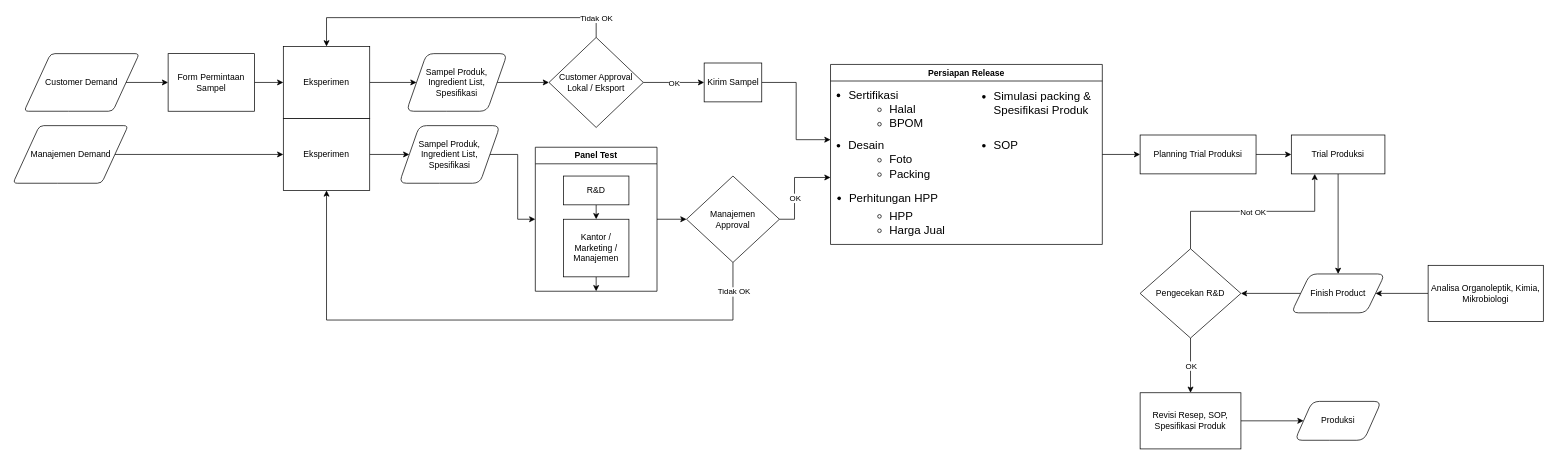
hafizh911/drawio keeps this draw.io diagram as Proses R&D.drawio. Above is the earlier version. Source tidied: cells renumbered, new cells numbered last; positions are measured from the earlier drawing's top-left corner, leaving out a move shared by most shapes. Both pictures are drawn from the tidied source at 72%, with x=0, y=0 at pixel (12, 17).
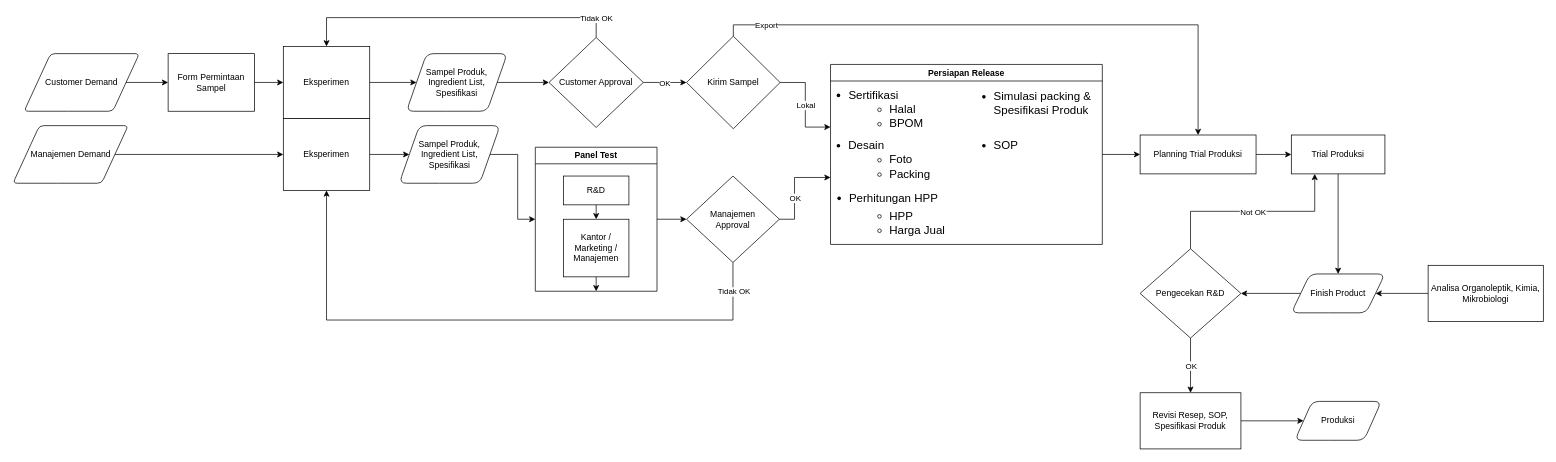
After the change.

Unchanged cells that the change refers to:
```xml
<mxCell id="9" value="Planning Trial Produksi" style="whiteSpace=wrap;strokeWidth=1;" parent="1" vertex="1">
  <mxGeometry x="1566" y="163" width="161" height="54" as="geometry" />
</mxCell>
<mxCell id="39" value="&lt;ul&gt;&lt;ul&gt;&lt;li&gt;Halal&lt;/li&gt;&lt;li&gt;BPOM&lt;/li&gt;&lt;/ul&gt;&lt;/ul&gt;" style="text;html=1;align=left;verticalAlign=middle;whiteSpace=wrap;rounded=0;fontSize=16;" parent="37" vertex="1">
  <mxGeometry y="57" width="60" height="30" as="geometry" />
</mxCell>
<mxCell id="41" value="&lt;ul&gt;&lt;li&gt;Desain&lt;/li&gt;&lt;/ul&gt;" style="text;html=1;align=center;verticalAlign=middle;whiteSpace=wrap;rounded=0;fontSize=16;" parent="37" vertex="1">
  <mxGeometry y="97" width="60" height="30" as="geometry" />
</mxCell>
```

Diff of the diagram source:
```diff
@@
-    <mxCell id="22" style="edgeStyle=orthogonalEdgeStyle;rounded=0;jettySize=auto;html=1;exitX=1;exitY=0.5;exitDx=0;exitDy=0;entryX=0;entryY=0.25;entryDx=0;entryDy=0;" parent="1" edge="1" source="23" target="41">
-      <mxGeometry relative="1" as="geometry" />
-    </mxCell>
-    <mxCell id="23" value="Kirim Sampel" style="whiteSpace=wrap;strokeWidth=1;" parent="1" vertex="1">
-      <mxGeometry x="960.5" y="63" width="80" height="54" as="geometry" />
+    <mxCell id="23" value="Kirim Sampel" style="rhombus;whiteSpace=wrap;html=1;" parent="1" vertex="1">
+      <mxGeometry x="936" y="25.8" width="130" height="128.5" as="geometry" />
     </mxCell>
@@
-    <mxCell id="49" value="Customer Approval Lokal / Eksport" style="rhombus;whiteSpace=wrap;html=1;" parent="1" vertex="1">
+    <mxCell id="49" value="Customer Approval" style="rhombus;whiteSpace=wrap;html=1;" parent="1" vertex="1">
       <mxGeometry x="745" y="27.5" width="131" height="125" as="geometry" />
     </mxCell>
@@
+    <mxCell id="60" style="endArrow=classic;html=1;rounded=0;exitX=1;exitY=0.5;exitDx=0;exitDy=0;entryX=0;entryY=1;entryDx=0;entryDy=0;edgeStyle=orthogonalEdgeStyle;" parent="1" edge="1" source="23" target="39">
+      <mxGeometry relative="1" as="geometry">
+        <Array as="points">
+          <mxPoint x="1101" y="90" />
+          <mxPoint x="1101" y="152" />
+        </Array>
+      </mxGeometry>
+    </mxCell>
+    <mxCell id="61" value="Lokal" style="edgeLabel;html=1;align=center;verticalAlign=middle;" parent="60" vertex="1">
+      <mxGeometry relative="1" as="geometry" />
+    </mxCell>
+    <mxCell id="62" style="endArrow=classic;html=1;rounded=0;exitX=0.5;exitY=0;exitDx=0;exitDy=0;entryX=0.5;entryY=0;entryDx=0;entryDy=0;edgeStyle=orthogonalEdgeStyle;" parent="1" edge="1" source="23" target="9">
+      <mxGeometry relative="1" as="geometry">
+        <Array as="points">
+          <mxPoint x="1001" y="10" />
+          <mxPoint x="1647" y="10" />
+        </Array>
+      </mxGeometry>
+    </mxCell>
+    <mxCell id="63" value="Export" style="edgeLabel;html=1;align=center;verticalAlign=middle;" parent="62" vertex="1">
+      <mxGeometry relative="1" as="geometry">
+        <mxPoint x="-346" as="offset" />
+      </mxGeometry>
+    </mxCell>
```
